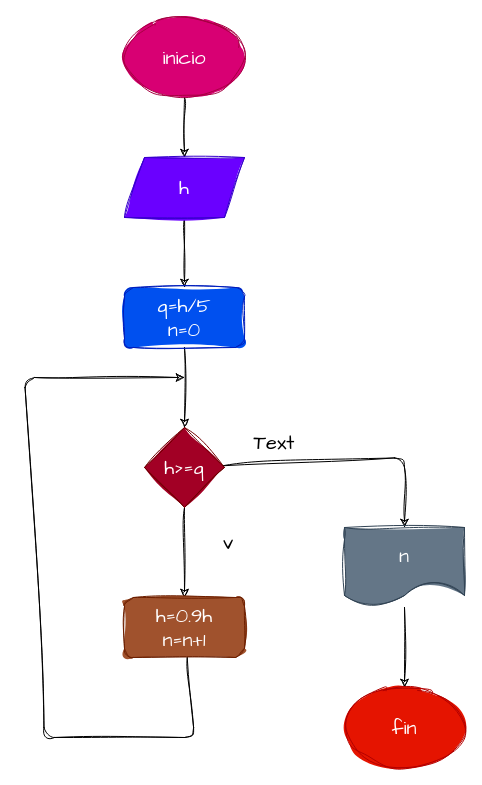
The draw.io diagram diagrama.drawio in penguindavid/while-2, before the edit. Source tidied: cells renumbered, new cells numbered last; positions are measured from the earlier drawing's top-left corner, leaving out a move shared by most shapes. Both pictures are drawn from the tidied source at 100%, with x=0, y=0 at pixel (24, 17).
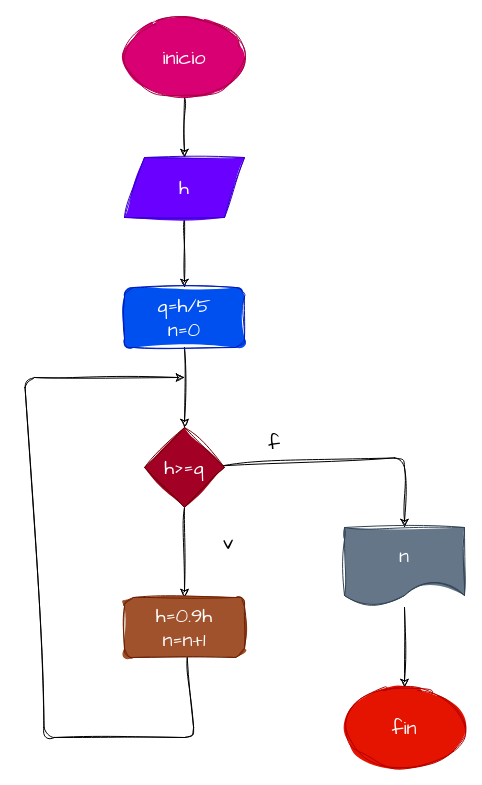
The same diagram, later.

What changed in the source:
```diff
@@
-    <mxCell id="17" value="Text" style="text;html=1;strokeColor=none;fillColor=none;align=center;verticalAlign=middle;whiteSpace=wrap;rounded=0;sketch=1;hachureGap=4;jiggle=2;fillStyle=solid;curveFitting=1;fontFamily=Architects Daughter;fontSize=20;" parent="1" vertex="1">
+    <mxCell id="17" value="f" style="text;html=1;strokeColor=none;fillColor=none;align=center;verticalAlign=middle;whiteSpace=wrap;rounded=0;sketch=1;hachureGap=4;jiggle=2;fillStyle=solid;curveFitting=1;fontFamily=Architects Daughter;fontSize=20;" parent="1" vertex="1">
       <mxGeometry x="220" y="410" width="60" height="30" as="geometry" />
     </mxCell>
```
